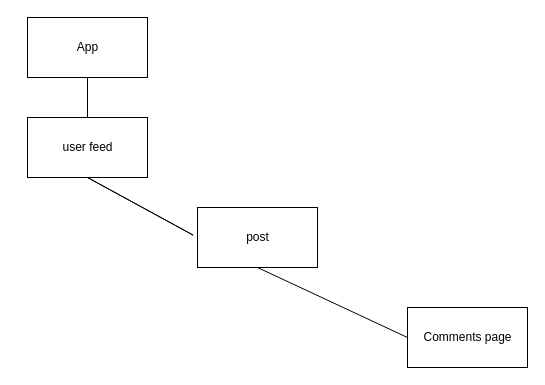
Earlier version of the draw.io diagram component_hierarchy.drawio (felipamendez/phase-3-project-frontend). Source tidied: cells renumbered, new cells numbered last; positions are measured from the earlier drawing's top-left corner, leaving out a move shared by most shapes. Both pictures are drawn from the tidied source at 100%, with x=0, y=0 at pixel (27, 17).
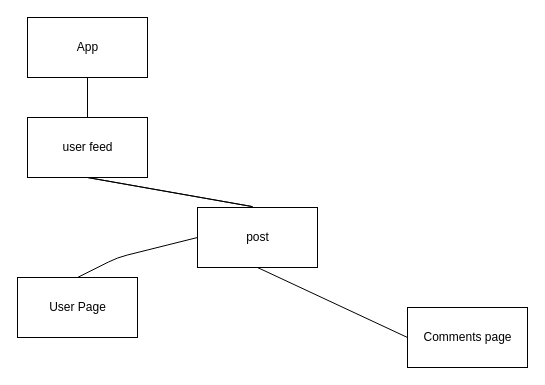
The same diagram, later.

What changed in the source:
```diff
@@
 <mxGraphModel>
   <root>
     <mxCell id="0" />
     <mxCell id="1" parent="0" />
     <mxCell id="2" style="rounded=0;whiteSpace=wrap;html=1;" parent="1" vertex="1">
       <mxGeometry width="120" height="60" as="geometry" />
     </mxCell>
     <mxCell id="3" value="App" style="text;html=1;align=center;verticalAlign=middle;fillColor=none;strokeColor=none;rounded=0;" parent="1" vertex="1">
       <mxGeometry x="40" y="20" width="40" height="20" as="geometry" />
     </mxCell>
     <mxCell id="4" style="rounded=0;whiteSpace=wrap;html=1;" parent="1" vertex="1">
       <mxGeometry y="100" width="120" height="60" as="geometry" />
     </mxCell>
     <mxCell id="5" value="user feed" style="text;html=1;align=center;verticalAlign=middle;fillColor=none;strokeColor=none;rounded=0;" parent="1" vertex="1">
       <mxGeometry x="25" y="120" width="70" height="20" as="geometry" />
     </mxCell>
     <mxCell id="6" style="rounded=0;whiteSpace=wrap;html=1;" parent="1" vertex="1">
       <mxGeometry x="380" y="290" width="120" height="60" as="geometry" />
     </mxCell>
     <mxCell id="7" value="Comments page" style="text;html=1;align=center;verticalAlign=middle;fillColor=none;strokeColor=none;rounded=0;" parent="1" vertex="1">
       <mxGeometry x="390" y="310" width="100" height="20" as="geometry" />
     </mxCell>
     <mxCell id="8" style="endArrow=none;html=1;entryX=0.5;entryY=1;entryDx=0;entryDy=0;exitX=0.5;exitY=0;exitDx=0;exitDy=0;" parent="1" edge="1" source="4" target="2">
       <mxGeometry relative="1" as="geometry" />
     </mxCell>
     <mxCell id="9" style="endArrow=none;html=1;entryX=0.5;entryY=1;entryDx=0;entryDy=0;" parent="1" edge="1" target="4">
       <mxGeometry relative="1" as="geometry">
         <mxPoint x="60" y="160" as="sourcePoint" />
         <Array as="points">
-          <mxPoint x="170" y="220" />
+          <mxPoint x="230" y="190" />
         </Array>
       </mxGeometry>
     </mxCell>
     <mxCell id="10" style="rounded=0;whiteSpace=wrap;html=1;" parent="1" vertex="1">
       <mxGeometry x="170" y="190" width="120" height="60" as="geometry" />
     </mxCell>
     <mxCell id="11" value="post" style="text;html=1;align=center;verticalAlign=middle;fillColor=none;strokeColor=none;rounded=0;" parent="1" vertex="1">
       <mxGeometry x="210" y="210" width="40" height="20" as="geometry" />
     </mxCell>
     <mxCell id="12" style="endArrow=none;html=1;entryX=0.5;entryY=1;entryDx=0;entryDy=0;exitX=0;exitY=0.5;exitDx=0;exitDy=0;" parent="1" edge="1" source="6" target="10">
       <mxGeometry relative="1" as="geometry" />
     </mxCell>
+    <mxCell id="13" style="rounded=0;whiteSpace=wrap;html=1;" parent="1" vertex="1">
+      <mxGeometry x="-10" y="260" width="120" height="60" as="geometry" />
+    </mxCell>
+    <mxCell id="14" value="User Page" style="text;html=1;align=center;verticalAlign=middle;fillColor=none;strokeColor=none;rounded=0;" parent="1" vertex="1">
+      <mxGeometry x="15" y="280" width="70" height="20" as="geometry" />
+    </mxCell>
+    <mxCell id="15" style="endArrow=none;html=1;entryX=0;entryY=0.5;entryDx=0;entryDy=0;exitX=0.5;exitY=0;exitDx=0;exitDy=0;" parent="1" edge="1" source="13" target="10">
+      <mxGeometry relative="1" as="geometry">
+        <Array as="points">
+          <mxPoint x="90" y="240" />
+          <mxPoint x="130" y="230" />
+        </Array>
+      </mxGeometry>
+    </mxCell>
   </root>
 </mxGraphModel>
```
